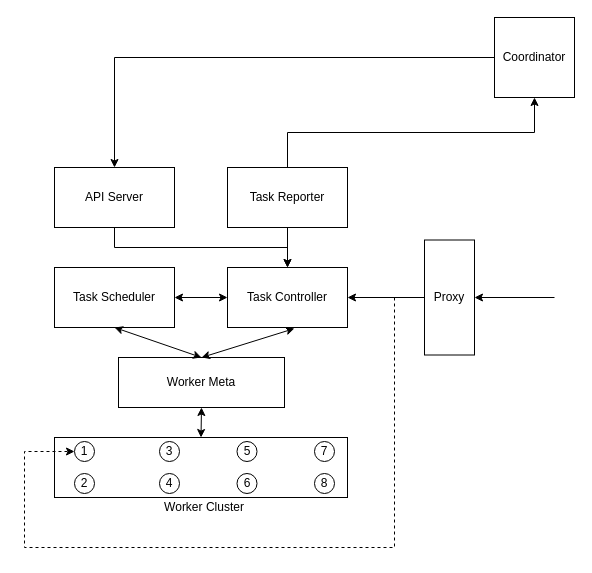
The draw.io diagram 高可靠架构.drawio in chlq1128/Mycode, before the edit. Source tidied: cells renumbered, new cells numbered last; positions are measured from the earlier drawing's top-left corner, leaving out a move shared by most shapes. Both pictures are drawn from the tidied source at 100%, with x=0, y=0 at pixel (24, 17).
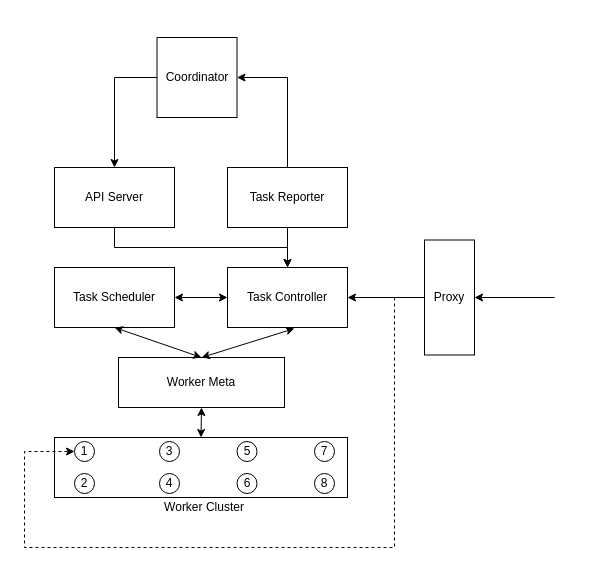
After the change.

Commit message (it also covers changes not shown here):
更新高可靠架构.drawio

Unchanged cells that the change refers to:
```xml
<mxCell id="6" value="Task Reporter" style="rounded=0;whiteSpace=wrap;html=1;" parent="1" vertex="1">
  <mxGeometry x="203" y="150" width="120" height="60" as="geometry" />
</mxCell>
```

Change to the diagram source:
```diff
@@
-    <mxCell id="5" style="edgeStyle=orthogonalEdgeStyle;rounded=0;jettySize=auto;html=1;exitX=0.5;exitY=0;exitDx=0;exitDy=0;entryX=0.5;entryY=1;entryDx=0;entryDy=0;strokeColor=#000000;" parent="1" edge="1" source="6" target="29">
+    <mxCell id="5" style="edgeStyle=orthogonalEdgeStyle;rounded=0;jettySize=auto;html=1;exitX=0.5;exitY=0;exitDx=0;exitDy=0;entryX=1;entryY=0.5;entryDx=0;entryDy=0;strokeColor=#000000;" parent="1" edge="1" source="6" target="29">
       <mxGeometry relative="1" as="geometry" />
     </mxCell>
@@
     <mxCell id="29" value="Coordinator" style="whiteSpace=wrap;html=1;" parent="1" vertex="1">
-      <mxGeometry x="470" width="80" height="80" as="geometry" />
+      <mxGeometry x="132.5" y="20" width="80" height="80" as="geometry" />
     </mxCell>
```
